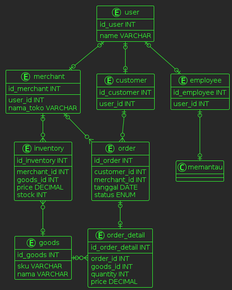
Above: out/abucom_erd/abucom2-3.png in kaattuu/abucom_erd (PlantUML), before the change. Its diagram source:
```plantuml
@startuml
!theme crt-green

entity user {
    id_user INT
    --
    name VARCHAR
}

entity merchant {
    id_merchant INT
    --
    user_id INT
    nama_toko VARCHAR
}

entity customer {
    id_customer INT
    --
    user_id INT
}

entity employee {
    id_employee INT
    --
    user_id INT
}

entity inventory {
    id_inventory INT
    --
    merchant_id INT
    goods_id INT
    price DECIMAL
    stock INT
}

entity order {
    id_order INT
    --
    customer_id INT
    merchant_id INT
    tanggal DATE
    status ENUM
}

entity order_detail {
    id_order_detail INT
    --
    order_id INT
    goods_id INT
    quantity INT
    price DECIMAL
}

entity goods {
    id_goods INT
    --
    sku VARCHAR
    nama VARCHAR
}




user |o--o| merchant
user |o--o| customer
user |o--o| employee


merchant |o--o{ inventory
merchant |o--o{ order
customer |o--o{ order
employee |o--o| memantau


order |o--o| order_detail


inventory }o--o| goods


goods |o-o{ order_detail



@enduml
```
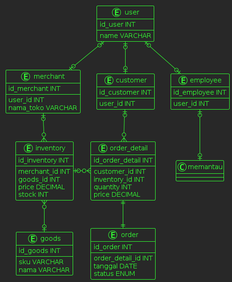
After the commit.

Diff of the diagram source:
```diff
@@ -38,8 +38,7 @@
 entity order {
     id_order INT
     --
-    customer_id INT
-    merchant_id INT
+    order_detail_id INT
     tanggal DATE
     status ENUM
 }
@@ -47,8 +46,8 @@
 entity order_detail {
     id_order_detail INT
     --
-    order_id INT
-    goods_id INT
+    customer_id INT
+    inventory_id INT
     quantity INT
     price DECIMAL
 }
@@ -69,18 +68,13 @@
 
 
 merchant |o--o{ inventory
-merchant |o--o{ order
-customer |o--o{ order
+customer |o--o{ order_detail
 employee |o--o| memantau
 
-
-order |o--o| order_detail
-
-
+inventory |o-o{ order_detail
 inventory }o--o| goods
 
-
-goods |o-o{ order_detail
+order_detail ||--|| order
 
 
 
```
